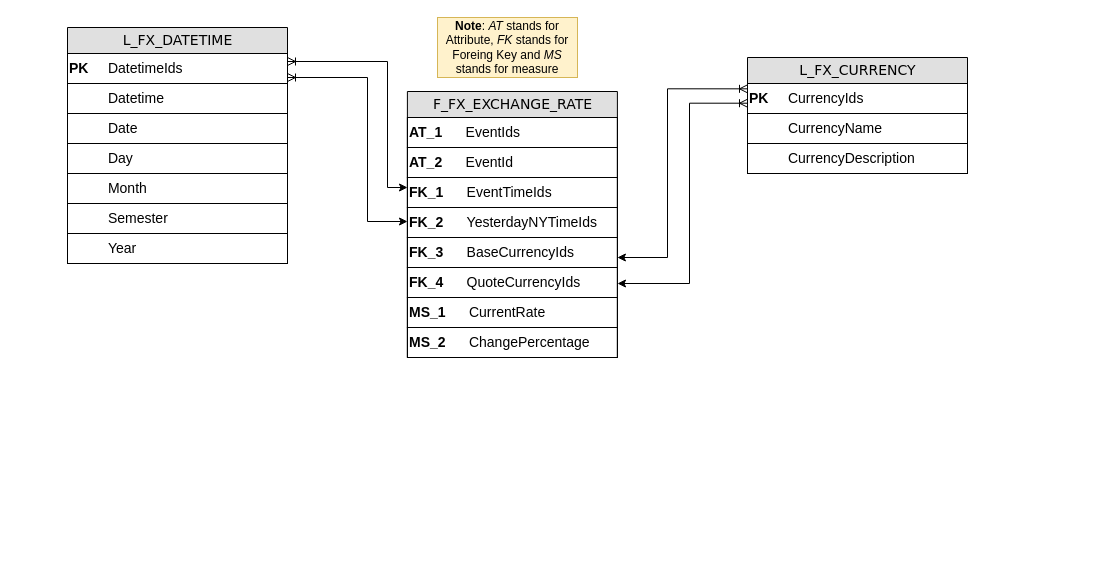
myDelevop/ForeignExchangeRateDWH keeps this draw.io diagram as 2_Design_ForeingExchangeRateDWH/StarSchema.drawio. Above is the earlier version. Source tidied: cells renumbered, new cells numbered last; positions are measured from the earlier drawing's top-left corner, leaving out a move shared by most shapes. Both pictures are drawn from the tidied source at 100%, with x=0, y=0 at pixel (67, 17).
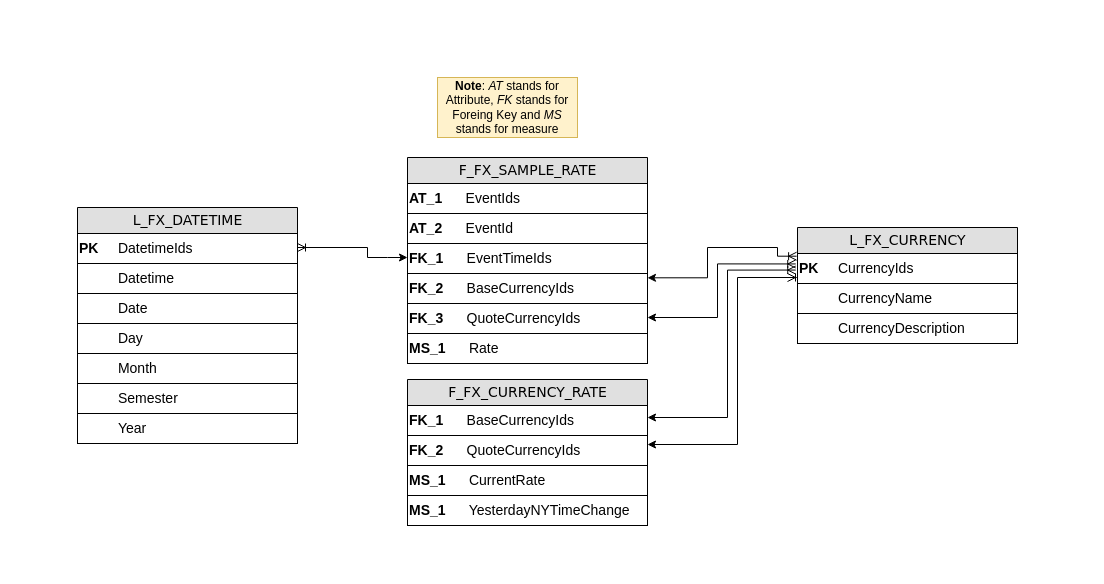
Above is the later version.

Unchanged cells that the change refers to:
```xml
<mxCell id="23" value="&lt;div&gt;&lt;font style=&quot;font-size: 14px&quot;&gt;&lt;b&gt;PK&amp;nbsp; &amp;nbsp; &amp;nbsp;&lt;/b&gt;CurrencyIds&lt;/font&gt;&lt;/div&gt;" style="text;html=1;align=left;verticalAlign=middle;points=[];labelBorderColor=none;strokeColor=#000000;" parent="22" vertex="1">
  <mxGeometry y="26" width="220" height="30" as="geometry" />
</mxCell>
```

What changed in the source:
```diff
@@
-    <mxCell id="2" value="F_FX_EXCHANGE_RATE" style="swimlane;html=1;fontStyle=0;horizontal=1;startSize=26;fillColor=#e0e0e0;swimlaneFillColor=#ffffff;align=center;rounded=0;shadow=0;comic=0;labelBackgroundColor=none;strokeWidth=1;fontFamily=Verdana;fontSize=14;swimlaneLine=1;" parent="1" vertex="1">
-      <mxGeometry x="339.9" y="74" width="210" height="266" as="geometry" />
+    <mxCell id="2" value="F_FX_SAMPLE_RATE" style="swimlane;html=1;fontStyle=0;horizontal=1;startSize=26;fillColor=#e0e0e0;swimlaneFillColor=#ffffff;align=center;rounded=0;shadow=0;comic=0;labelBackgroundColor=none;strokeWidth=1;fontFamily=Verdana;fontSize=14;swimlaneLine=1;" parent="1" vertex="1">
+      <mxGeometry x="340" y="140" width="240" height="206" as="geometry" />
     </mxCell>
     <mxCell id="3" value="&lt;font style=&quot;font-size: 14px&quot;&gt;&lt;b&gt;AT_1&amp;nbsp; &amp;nbsp; &amp;nbsp;&amp;nbsp;&lt;/b&gt;EventIds&lt;/font&gt;" style="text;html=1;align=left;verticalAlign=middle;labelBorderColor=none;strokeColor=#000000;" parent="2" vertex="1">
-      <mxGeometry y="26" width="210" height="30" as="geometry" />
+      <mxGeometry y="26" width="240" height="30" as="geometry" />
     </mxCell>
     <mxCell id="4" value="&lt;font style=&quot;font-size: 14px&quot;&gt;&lt;b&gt;AT_2&amp;nbsp; &amp;nbsp; &amp;nbsp;&amp;nbsp;&lt;/b&gt;EventId&lt;/font&gt;" style="text;html=1;align=left;verticalAlign=middle;labelBorderColor=none;strokeColor=#000000;" parent="2" vertex="1">
-      <mxGeometry y="56" width="210" height="30" as="geometry" />
+      <mxGeometry y="56" width="240" height="30" as="geometry" />
     </mxCell>
     <mxCell id="5" value="&lt;b style=&quot;font-size: 14px;&quot;&gt;FK_1&amp;nbsp; &amp;nbsp; &amp;nbsp;&amp;nbsp;&lt;/b&gt;&lt;span style=&quot;font-size: 14px;&quot;&gt;EventTimeIds&lt;/span&gt;" style="text;html=1;align=left;verticalAlign=middle;labelBorderColor=none;strokeColor=#000000;" parent="2" vertex="1">
-      <mxGeometry y="86" width="210" height="30" as="geometry" />
+      <mxGeometry y="86" width="240" height="30" as="geometry" />
     </mxCell>
-    <mxCell id="6" value="&lt;b style=&quot;font-size: 14px;&quot;&gt;FK_2&amp;nbsp; &amp;nbsp; &amp;nbsp;&amp;nbsp;&lt;/b&gt;&lt;span style=&quot;font-size: 14px;&quot;&gt;YesterdayNYTimeIds&lt;/span&gt;" style="text;html=1;align=left;verticalAlign=middle;labelBorderColor=none;strokeColor=#000000;" parent="2" vertex="1">
-      <mxGeometry y="116" width="210" height="30" as="geometry" />
-    </mxCell>
-    <mxCell id="7" value="&lt;font style=&quot;font-size: 14px&quot;&gt;&lt;b&gt;FK_3&lt;/b&gt;&amp;nbsp; &amp;nbsp; &amp;nbsp; BaseCurrencyIds&lt;/font&gt;" style="text;html=1;align=left;verticalAlign=middle;points=[];labelBorderColor=none;strokeColor=#000000;" parent="2" vertex="1">
-      <mxGeometry y="146" width="210" height="30" as="geometry" />
+    <mxCell id="7" value="&lt;font style=&quot;font-size: 14px&quot;&gt;&lt;b&gt;FK_2&lt;/b&gt;&amp;nbsp; &amp;nbsp; &amp;nbsp; BaseCurrencyIds&lt;/font&gt;" style="text;html=1;align=left;verticalAlign=middle;points=[];labelBorderColor=none;strokeColor=#000000;" parent="2" vertex="1">
+      <mxGeometry y="116" width="240" height="30" as="geometry" />
     </mxCell>
-    <mxCell id="8" value="&lt;font style=&quot;font-size: 14px&quot;&gt;&lt;b&gt;FK_4&amp;nbsp; &amp;nbsp; &amp;nbsp;&amp;nbsp;&lt;/b&gt;QuoteCurrencyIds&lt;/font&gt;" style="text;html=1;align=left;verticalAlign=middle;points=[];labelBorderColor=none;strokeColor=#000000;" parent="2" vertex="1">
-      <mxGeometry y="176" width="210" height="30" as="geometry" />
+    <mxCell id="8" value="&lt;font style=&quot;font-size: 14px&quot;&gt;&lt;b&gt;FK_3&amp;nbsp; &amp;nbsp; &amp;nbsp;&amp;nbsp;&lt;/b&gt;QuoteCurrencyIds&lt;/font&gt;" style="text;html=1;align=left;verticalAlign=middle;points=[];labelBorderColor=none;strokeColor=#000000;" parent="2" vertex="1">
+      <mxGeometry y="146" width="240" height="30" as="geometry" />
     </mxCell>
-    <mxCell id="9" value="&lt;font style=&quot;font-size: 14px&quot;&gt;&lt;b&gt;MS_1&lt;/b&gt;&amp;nbsp; &amp;nbsp; &amp;nbsp; CurrentRate&lt;/font&gt;" style="text;html=1;align=left;verticalAlign=middle;labelBorderColor=none;strokeColor=#000000;" parent="2" vertex="1">
-      <mxGeometry y="206" width="210" height="30" as="geometry" />
+    <mxCell id="9" value="&lt;font style=&quot;font-size: 14px&quot;&gt;&lt;b&gt;MS_1&lt;/b&gt;&amp;nbsp; &amp;nbsp; &amp;nbsp; Rate&lt;/font&gt;" style="text;html=1;align=left;verticalAlign=middle;labelBorderColor=none;strokeColor=#000000;" parent="2" vertex="1">
+      <mxGeometry y="176" width="240" height="30" as="geometry" />
     </mxCell>
-    <mxCell id="10" value="&lt;font style=&quot;font-size: 14px&quot;&gt;&lt;b&gt;MS_2&lt;/b&gt;&lt;b&gt;&amp;nbsp; &amp;nbsp; &amp;nbsp;&amp;nbsp;&lt;/b&gt;ChangePercentage&lt;/font&gt;" style="text;html=1;align=left;verticalAlign=middle;labelBorderColor=none;strokeColor=#000000;" parent="2" vertex="1">
-      <mxGeometry y="236" width="210" height="30" as="geometry" />
-    </mxCell>
     <mxCell id="11" value="L_FX_DATETIME" style="swimlane;html=1;fontStyle=0;horizontal=1;startSize=26;fillColor=#e0e0e0;swimlaneFillColor=#ffffff;align=center;rounded=0;shadow=0;comic=0;labelBackgroundColor=none;strokeWidth=1;fontFamily=Verdana;fontSize=14;swimlaneLine=1;" parent="1" vertex="1">
-      <mxGeometry y="10" width="220" height="236" as="geometry" />
+      <mxGeometry x="10" y="190" width="220" height="236" as="geometry" />
     </mxCell>
@@
-    <mxCell id="19" style="edgeStyle=orthogonalEdgeStyle;rounded=0;orthogonalLoop=1;jettySize=auto;html=1;startArrow=classic;startFill=1;endArrow=ERoneToMany;endFill=0;" parent="1" edge="1">
-      <mxGeometry relative="1" as="geometry">
-        <mxPoint x="340" y="170" as="sourcePoint" />
-        <mxPoint x="220" y="44" as="targetPoint" />
-        <Array as="points">
-          <mxPoint x="320" y="170" />
-          <mxPoint x="320" y="44" />
-        </Array>
-      </mxGeometry>
-    </mxCell>
     <mxCell id="20" value="&lt;b&gt;Note&lt;/b&gt;: &lt;i&gt;AT &lt;/i&gt;stands for Attribute, &lt;i&gt;FK &lt;/i&gt;stands for Foreing Key and &lt;i&gt;MS &lt;/i&gt;stands for measure" style="rounded=0;whiteSpace=wrap;html=1;fillColor=#fff2cc;strokeColor=#d6b656;" parent="1" vertex="1">
-      <mxGeometry x="370" width="140" height="60" as="geometry" />
+      <mxGeometry x="370" y="60" width="140" height="60" as="geometry" />
     </mxCell>
     <mxCell id="21" style="edgeStyle=orthogonalEdgeStyle;rounded=0;orthogonalLoop=1;jettySize=auto;html=1;startArrow=classic;startFill=1;endArrow=ERoneToMany;endFill=0;" parent="1" edge="1">
       <mxGeometry relative="1" as="geometry">
-        <mxPoint x="340" y="204" as="sourcePoint" />
-        <mxPoint x="220" y="60" as="targetPoint" />
+        <mxPoint x="340" y="240" as="sourcePoint" />
+        <mxPoint x="230" y="230" as="targetPoint" />
         <Array as="points">
-          <mxPoint x="300" y="204" />
-          <mxPoint x="300" y="60" />
-          <mxPoint x="220" y="60" />
+          <mxPoint x="320" y="240" />
+          <mxPoint x="300" y="240" />
+          <mxPoint x="300" y="230" />
         </Array>
       </mxGeometry>
     </mxCell>
     <mxCell id="22" value="L_FX_CURRENCY" style="swimlane;html=1;fontStyle=0;horizontal=1;startSize=26;fillColor=#e0e0e0;swimlaneFillColor=#ffffff;align=center;rounded=0;shadow=0;comic=0;labelBackgroundColor=none;strokeWidth=1;fontFamily=Verdana;fontSize=14;swimlaneLine=1;" parent="1" vertex="1">
-      <mxGeometry x="680" y="40" width="220" height="116" as="geometry" />
+      <mxGeometry x="730" y="210" width="220" height="116" as="geometry" />
     </mxCell>
@@
-    <mxCell id="26" style="edgeStyle=orthogonalEdgeStyle;rounded=0;jettySize=auto;html=1;startArrow=classic;startFill=1;endArrow=ERoneToMany;endFill=0;entryX=0;entryY=0.178;entryDx=0;entryDy=0;entryPerimeter=0;" parent="1" edge="1" source="7" target="23">
-      <mxGeometry relative="1" as="geometry">
-        <Array as="points">
-          <mxPoint x="600" y="240" />
-          <mxPoint x="600" y="71" />
-        </Array>
-      </mxGeometry>
-    </mxCell>
-    <mxCell id="27" style="edgeStyle=orthogonalEdgeStyle;rounded=0;jettySize=auto;html=1;startArrow=classic;startFill=1;endArrow=ERoneToMany;endFill=0;entryX=0;entryY=0.657;entryDx=0;entryDy=0;entryPerimeter=0;" parent="1" edge="1" target="23">
+    <mxCell id="27" style="edgeStyle=orthogonalEdgeStyle;rounded=0;jettySize=auto;html=1;startArrow=classic;startFill=1;endArrow=ERoneToMany;endFill=0;entryX=-0.004;entryY=0.09;entryDx=0;entryDy=0;entryPerimeter=0;" parent="1" edge="1" target="23">
       <mxGeometry relative="1" as="geometry">
-        <mxPoint x="550" y="266" as="sourcePoint" />
+        <mxPoint x="580" y="260.3" as="sourcePoint" />
         <Array as="points">
-          <mxPoint x="622" y="266" />
-          <mxPoint x="622" y="86" />
+          <mxPoint x="640" y="260" />
+          <mxPoint x="640" y="230" />
+          <mxPoint x="710" y="230" />
+          <mxPoint x="710" y="239" />
         </Array>
       </mxGeometry>
     </mxCell>
+    <mxCell id="28" value="F_FX_CURRENCY_RATE" style="swimlane;html=1;fontStyle=0;horizontal=1;startSize=26;fillColor=#e0e0e0;swimlaneFillColor=#ffffff;align=center;rounded=0;shadow=0;comic=0;labelBackgroundColor=none;strokeWidth=1;fontFamily=Verdana;fontSize=14;swimlaneLine=1;" parent="1" vertex="1">
+      <mxGeometry x="340" y="362" width="240" height="146" as="geometry" />
+    </mxCell>
+    <mxCell id="29" value="&lt;font style=&quot;font-size: 14px&quot;&gt;&lt;b&gt;FK_1&lt;/b&gt;&amp;nbsp; &amp;nbsp; &amp;nbsp; BaseCurrencyIds&lt;/font&gt;" style="text;html=1;align=left;verticalAlign=middle;labelBorderColor=none;strokeColor=#000000;" parent="28" vertex="1">
+      <mxGeometry y="26" width="240" height="30" as="geometry" />
+    </mxCell>
+    <mxCell id="30" value="&lt;font style=&quot;font-size: 14px&quot;&gt;&lt;b&gt;FK_2&amp;nbsp; &amp;nbsp; &amp;nbsp;&amp;nbsp;&lt;/b&gt;QuoteCurrencyIds&lt;/font&gt;" style="text;html=1;align=left;verticalAlign=middle;labelBorderColor=none;strokeColor=#000000;" parent="28" vertex="1">
+      <mxGeometry y="56" width="240" height="30" as="geometry" />
+    </mxCell>
+    <mxCell id="31" value="&lt;font style=&quot;font-size: 14px&quot;&gt;&lt;b&gt;MS_1&lt;/b&gt;&amp;nbsp; &amp;nbsp; &amp;nbsp; CurrentRate&lt;/font&gt;" style="text;html=1;align=left;verticalAlign=middle;labelBorderColor=none;strokeColor=#000000;" parent="28" vertex="1">
+      <mxGeometry y="86" width="240" height="30" as="geometry" />
+    </mxCell>
+    <mxCell id="32" value="&lt;font style=&quot;font-size: 14px&quot;&gt;&lt;b&gt;MS_1&lt;/b&gt;&amp;nbsp; &amp;nbsp; &amp;nbsp; YesterdayNYTimeChange&lt;/font&gt;" style="text;html=1;align=left;verticalAlign=middle;labelBorderColor=none;strokeColor=#000000;" parent="28" vertex="1">
+      <mxGeometry y="116" width="240" height="30" as="geometry" />
+    </mxCell>
+    <mxCell id="33" style="edgeStyle=orthogonalEdgeStyle;rounded=0;jettySize=auto;html=1;startArrow=classic;startFill=1;endArrow=ERoneToMany;endFill=0;entryX=-0.008;entryY=0.348;entryDx=0;entryDy=0;entryPerimeter=0;" parent="1" edge="1" source="8" target="23">
+      <mxGeometry relative="1" as="geometry">
+        <Array as="points">
+          <mxPoint x="650" y="300" />
+          <mxPoint x="650" y="246" />
+        </Array>
+      </mxGeometry>
+    </mxCell>
+    <mxCell id="34" style="edgeStyle=orthogonalEdgeStyle;rounded=0;jettySize=auto;html=1;startArrow=classic;startFill=1;endArrow=ERoneToMany;endFill=0;entryX=-0.008;entryY=0.552;entryDx=0;entryDy=0;entryPerimeter=0;" parent="1" edge="1" target="23">
+      <mxGeometry relative="1" as="geometry">
+        <mxPoint x="580" y="400" as="sourcePoint" />
+        <Array as="points">
+          <mxPoint x="580" y="400" />
+          <mxPoint x="660" y="400" />
+          <mxPoint x="660" y="253" />
+        </Array>
+      </mxGeometry>
+    </mxCell>
+    <mxCell id="35" style="edgeStyle=orthogonalEdgeStyle;rounded=0;orthogonalLoop=1;jettySize=auto;html=1;startArrow=classic;startFill=1;endArrow=ERoneToMany;endFill=0;" parent="1" edge="1">
+      <mxGeometry relative="1" as="geometry">
+        <mxPoint x="580" y="427" as="sourcePoint" />
+        <mxPoint x="720" y="260" as="targetPoint" />
+        <Array as="points">
+          <mxPoint x="670" y="427" />
+          <mxPoint x="670" y="260" />
+          <mxPoint x="729" y="260" />
+        </Array>
+      </mxGeometry>
+    </mxCell>
+    <mxCell id="36" value="Text" style="text;html=1;align=center;verticalAlign=middle;strokeColor=none;fillColor=none;fontColor=none;noLabel=1;" parent="1" vertex="1">
+      <mxGeometry x="413" y="19" width="50" height="30" as="geometry" />
+    </mxCell>
+    <mxCell id="37" value="Text" style="text;html=1;align=center;verticalAlign=middle;strokeColor=none;fillColor=none;fontColor=none;noLabel=1;" parent="1" vertex="1">
+      <mxGeometry x="960" y="260" width="50" height="30" as="geometry" />
+    </mxCell>
+    <mxCell id="38" value="Text" style="text;html=1;align=center;verticalAlign=middle;strokeColor=none;fillColor=none;fontColor=none;noLabel=1;" parent="1" vertex="1">
+      <mxGeometry x="970" y="270" width="50" height="30" as="geometry" />
+    </mxCell>
+    <mxCell id="39" value="Text" style="text;html=1;align=center;verticalAlign=middle;strokeColor=none;fillColor=none;fontColor=none;noLabel=1;" parent="1" vertex="1">
+      <mxGeometry x="435" y="520" width="50" height="30" as="geometry" />
+    </mxCell>
+    <mxCell id="40" value="Text" style="text;html=1;align=center;verticalAlign=middle;strokeColor=none;fillColor=none;fontColor=none;noLabel=1;" parent="1" vertex="1">
+      <mxGeometry x="-50" y="293" width="50" height="30" as="geometry" />
+    </mxCell>
```
